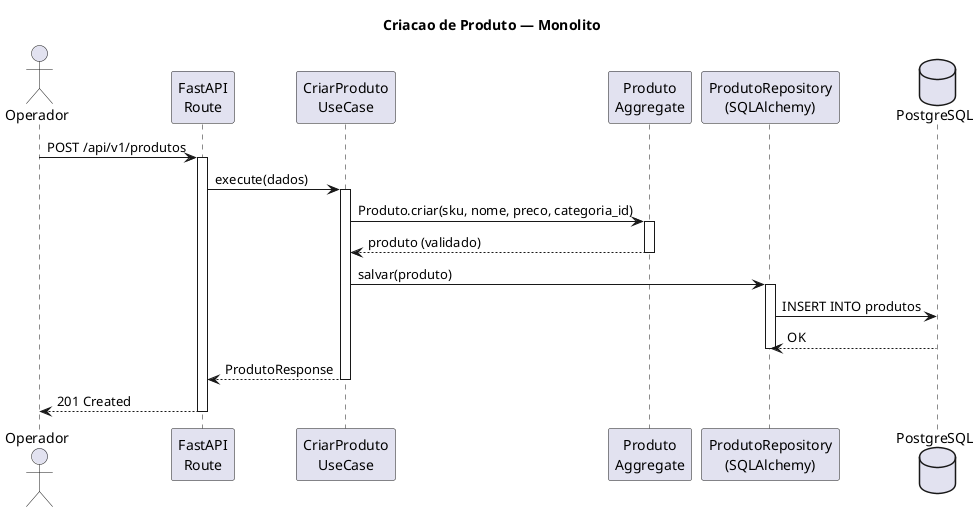
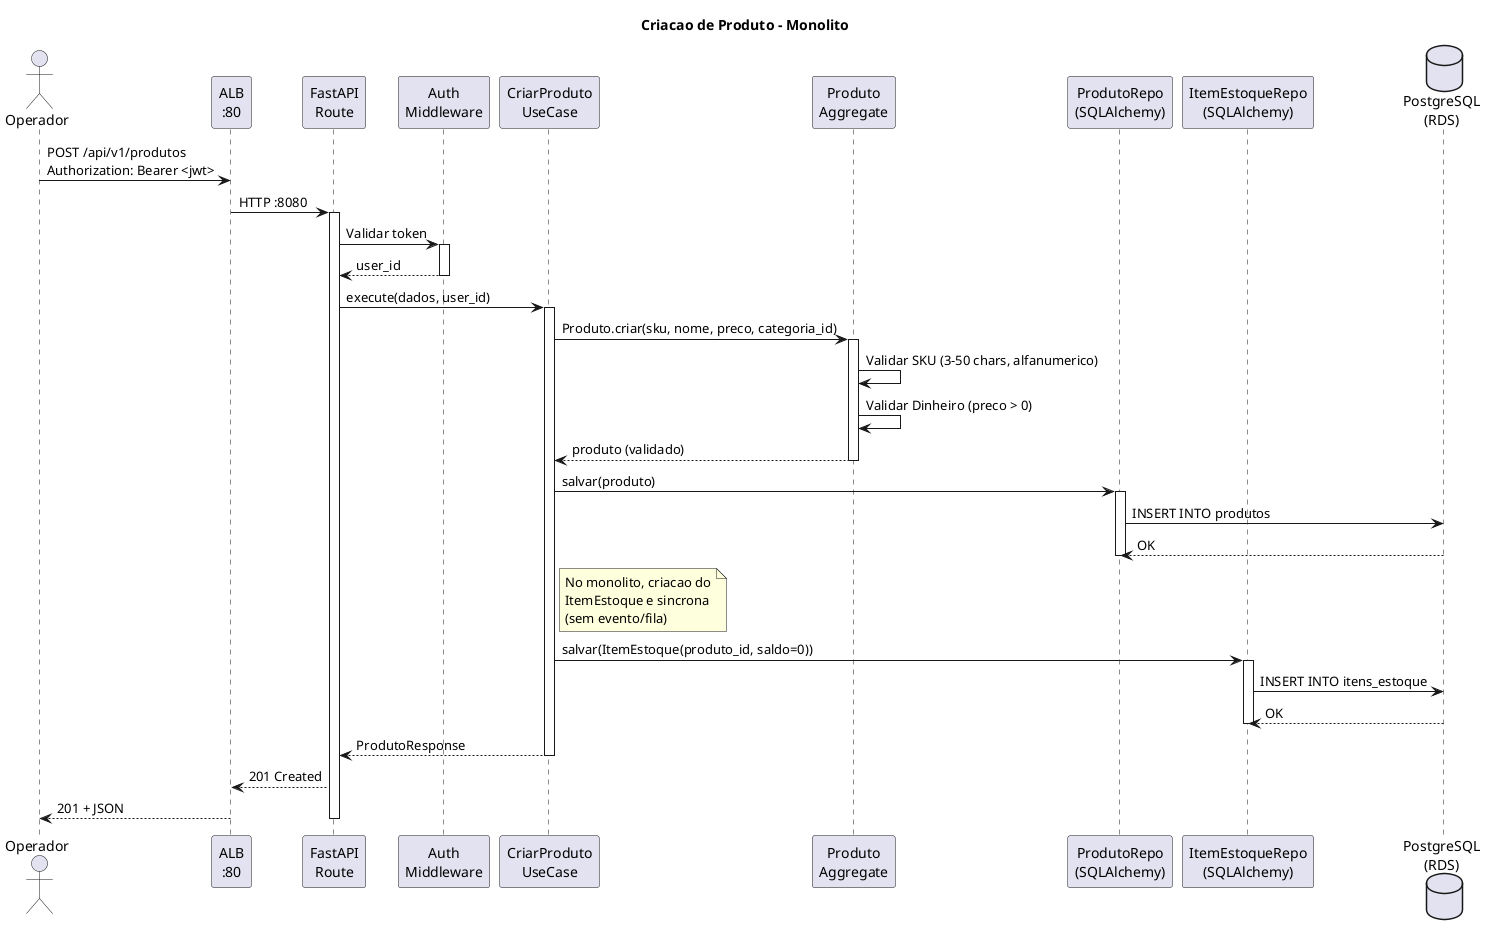
@startuml sequence-create-product-monolith
- title Criacao de Produto — Monolito
+ title Criacao de Produto - Monolito

actor Operador
+ participant "ALB\n:80" as alb
participant "FastAPI\nRoute" as route
+ participant "Auth\nMiddleware" as auth
participant "CriarProduto\nUseCase" as uc
participant "Produto\nAggregate" as domain
- participant "ProdutoRepository\n(SQLAlchemy)" as repo
- database "PostgreSQL" as db
+ participant "ProdutoRepo\n(SQLAlchemy)" as repo
+ participant "ItemEstoqueRepo\n(SQLAlchemy)" as repo_est
+ database "PostgreSQL\n(RDS)" as db

- Operador -> route: POST /api/v1/produtos
+ Operador -> alb: POST /api/v1/produtos\nAuthorization: Bearer <jwt>
+ alb -> route: HTTP :8080
activate route

- route -> uc: execute(dados)
+ route -> auth: Validar token
+ activate auth
+ auth --> route: user_id
+ deactivate auth
+ 
+ route -> uc: execute(dados, user_id)
activate uc

uc -> domain: Produto.criar(sku, nome, preco, categoria_id)
activate domain
+ domain -> domain: Validar SKU (3-50 chars, alfanumerico)
+ domain -> domain: Validar Dinheiro (preco > 0)
domain --> uc: produto (validado)
deactivate domain

uc -> repo: salvar(produto)
activate repo
repo -> db: INSERT INTO produtos
db --> repo: OK
deactivate repo

+ note right of uc: No monolito, criacao do\nItemEstoque e sincrona\n(sem evento/fila)
+ 
+ uc -> repo_est: salvar(ItemEstoque(produto_id, saldo=0))
+ activate repo_est
+ repo_est -> db: INSERT INTO itens_estoque
+ db --> repo_est: OK
+ deactivate repo_est
+ 
uc --> route: ProdutoResponse
deactivate uc

- route --> Operador: 201 Created
+ route --> alb: 201 Created
+ alb --> Operador: 201 + JSON
deactivate route

@enduml
